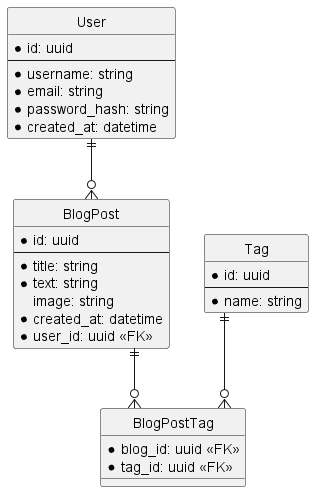
Above: docs/erd.png in Tomas00217/TriFrameBlog (PlantUML), before the change.
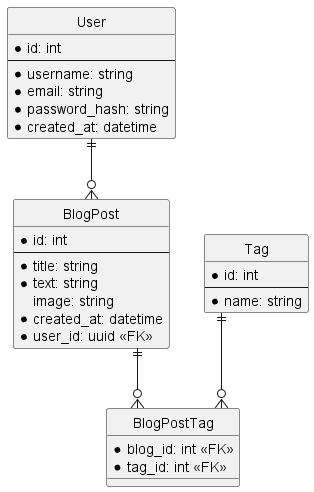
Above is the later version.

The edit, as a diff of the source:
```diff
@@ -4,7 +4,7 @@
 skinparam Linetype ortho
 
 entity User {
-    * id: uuid
+    * id: int
     --
     * username: string
     * email: string
@@ -13,7 +13,7 @@
 }
 
 entity BlogPost {
-    * id: uuid
+    * id: int
     --
     * title: string
     * text: string
@@ -23,14 +23,14 @@
 }
 
 entity Tag {
-    * id: uuid
+    * id: int
     --
     * name: string
 }
 
 entity BlogPostTag {
-    * blog_id: uuid <<FK>>
-    * tag_id: uuid <<FK>>
+    * blog_id: int <<FK>>
+    * tag_id: int <<FK>>
 }
 
 User ||--o{ BlogPost
```
